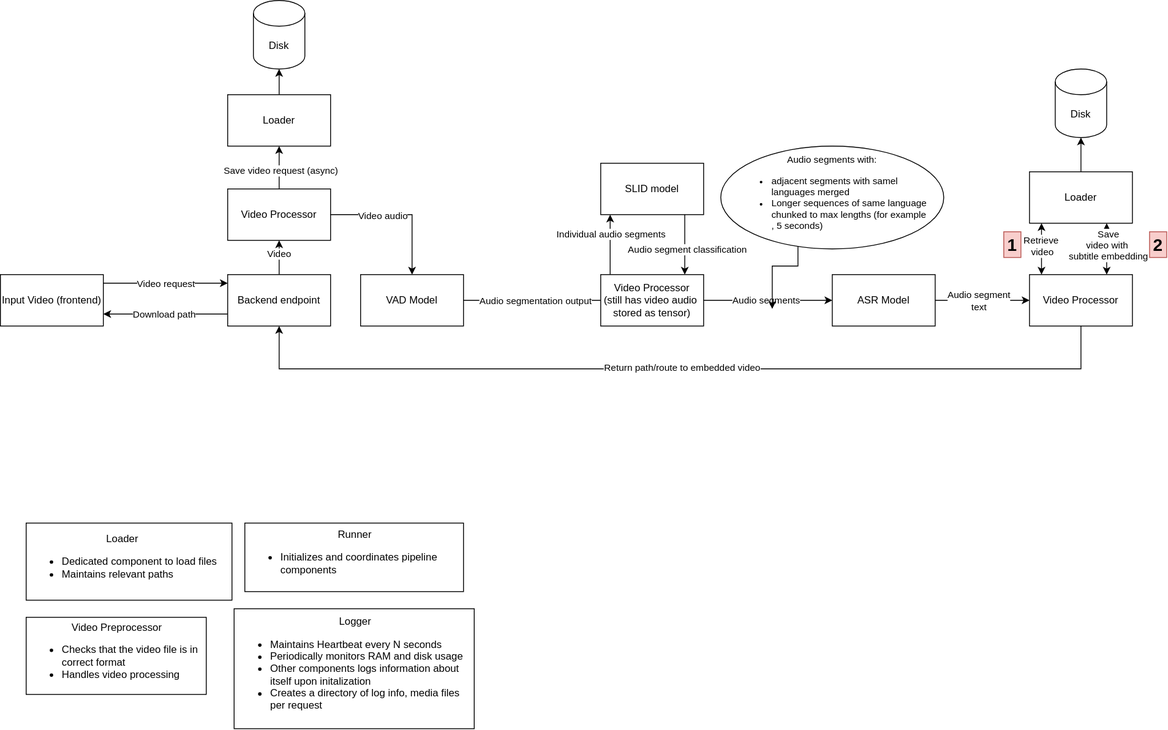
SuperWinterMopper/multilingual-auto-caption keeps this draw.io diagram as design/backend_pipeline.drawio.svg. Above is the earlier version. Source tidied: cells renumbered, new cells last; positions are measured from the earlier drawing's top-left corner, leaving out a move shared by most shapes.
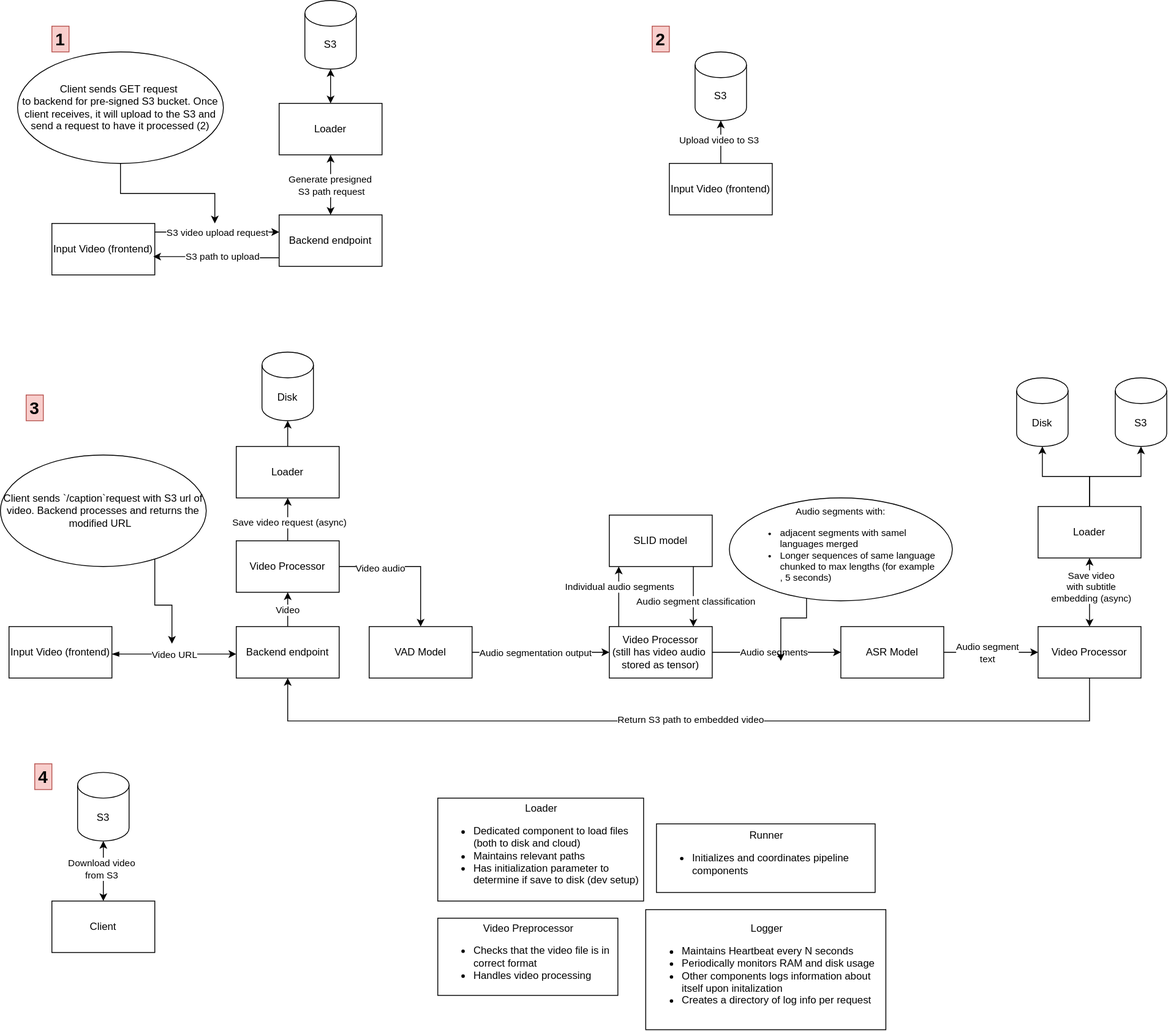
Later version of the same file.

Commit message:
backend planning and strucutre

The edit, as a diff of the source:
```diff
@@ -2,14 +2,14 @@
   <root>
     <mxCell id="0" />
     <mxCell id="1" parent="0" />
-    <mxCell id="2" value="&lt;div style=&quot;text-align: center;&quot;&gt;&lt;span style=&quot;background-color: transparent; color: light-dark(rgb(0, 0, 0), rgb(255, 255, 255));&quot;&gt;Logger&lt;/span&gt;&lt;/div&gt;&lt;div&gt;&lt;ul&gt;&lt;li&gt;Maintains Heartbeat every N seconds&lt;/li&gt;&lt;li&gt;Periodically monitors RAM and disk usage&lt;/li&gt;&lt;li&gt;Other components logs information about itself upon initalization&lt;/li&gt;&lt;li&gt;Creates a directory of log info, media files per request&lt;/li&gt;&lt;/ul&gt;&lt;/div&gt;" style="rounded=0;whiteSpace=wrap;html=1;align=left;" parent="1" vertex="1">
-      <mxGeometry x="272.5" y="710" width="280" height="140" as="geometry" />
+    <mxCell id="2" value="&lt;div style=&quot;text-align: center;&quot;&gt;&lt;span style=&quot;background-color: transparent; color: light-dark(rgb(0, 0, 0), rgb(255, 255, 255));&quot;&gt;Logger&lt;/span&gt;&lt;/div&gt;&lt;div&gt;&lt;ul&gt;&lt;li&gt;Maintains Heartbeat every N seconds&lt;/li&gt;&lt;li&gt;Periodically monitors RAM and disk usage&lt;/li&gt;&lt;li&gt;Other components logs information about itself upon initalization&lt;/li&gt;&lt;li&gt;Creates a directory of log info per request&lt;/li&gt;&lt;/ul&gt;&lt;/div&gt;" style="rounded=0;whiteSpace=wrap;html=1;align=left;" parent="1" vertex="1">
+      <mxGeometry x="742.5" y="650" width="280" height="140" as="geometry" />
     </mxCell>
-    <mxCell id="3" value="&lt;div style=&quot;text-align: center;&quot;&gt;&lt;span style=&quot;background-color: transparent; color: light-dark(rgb(0, 0, 0), rgb(255, 255, 255));&quot;&gt;Loader&lt;/span&gt;&lt;/div&gt;&lt;div&gt;&lt;ul&gt;&lt;li&gt;Dedicated component to load files&lt;/li&gt;&lt;li&gt;Maintains relevant paths&lt;/li&gt;&lt;/ul&gt;&lt;/div&gt;" style="rounded=0;whiteSpace=wrap;html=1;align=left;" parent="1" vertex="1">
-      <mxGeometry x="30" y="610" width="240" height="90" as="geometry" />
+    <mxCell id="3" value="&lt;div style=&quot;text-align: center;&quot;&gt;&lt;span style=&quot;background-color: transparent; color: light-dark(rgb(0, 0, 0), rgb(255, 255, 255));&quot;&gt;Loader&lt;/span&gt;&lt;/div&gt;&lt;div&gt;&lt;ul&gt;&lt;li&gt;Dedicated component to load files (both to disk and cloud)&lt;/li&gt;&lt;li&gt;Maintains relevant paths&lt;/li&gt;&lt;li&gt;Has initialization parameter to determine if save to disk (dev setup)&lt;/li&gt;&lt;/ul&gt;&lt;/div&gt;" style="rounded=0;whiteSpace=wrap;html=1;align=left;" parent="1" vertex="1">
+      <mxGeometry x="500" y="520" width="240" height="120" as="geometry" />
     </mxCell>
     <mxCell id="4" value="&lt;div style=&quot;text-align: center;&quot;&gt;&lt;span style=&quot;background-color: transparent; color: light-dark(rgb(0, 0, 0), rgb(255, 255, 255));&quot;&gt;Video Preprocessor&lt;/span&gt;&lt;/div&gt;&lt;div&gt;&lt;ul&gt;&lt;li&gt;Checks that the video file is in correct format&lt;/li&gt;&lt;li&gt;Handles video processing&lt;/li&gt;&lt;/ul&gt;&lt;/div&gt;" style="rounded=0;whiteSpace=wrap;html=1;align=left;" parent="1" vertex="1">
-      <mxGeometry x="30" y="720" width="210" height="90" as="geometry" />
+      <mxGeometry x="500" y="660" width="210" height="90" as="geometry" />
     </mxCell>
     <mxCell id="5" style="edgeStyle=orthogonalEdgeStyle;rounded=0;orthogonalLoop=1;jettySize=auto;html=1;" parent="1" edge="1">
       <mxGeometry relative="1" as="geometry">
@@ -23,35 +23,30 @@
     <mxCell id="7" value="SLID model" style="rounded=0;whiteSpace=wrap;html=1;" parent="1" vertex="1">
       <mxGeometry x="700" y="190" width="120" height="60" as="geometry" />
     </mxCell>
+    <mxCell id="10" value="Input Video (frontend)" style="rounded=0;whiteSpace=wrap;html=1;" parent="1" vertex="1">
+      <mxGeometry y="320" width="120" height="60" as="geometry" />
+    </mxCell>
-    <mxCell id="8" style="edgeStyle=orthogonalEdgeStyle;rounded=0;jettySize=auto;html=1;" parent="1" edge="1" source="10" target="15">
+    <mxCell id="8" style="edgeStyle=orthogonalEdgeStyle;rounded=0;orthogonalLoop=1;jettySize=auto;html=1;strokeColor=default;orthogonal=1;startArrow=blockThin;startFill=1;" parent="1" edge="1">
       <mxGeometry relative="1" as="geometry">
+        <mxPoint x="120" y="352" as="sourcePoint" />
+        <mxPoint x="265" y="352" as="targetPoint" />
         <Array as="points">
-          <mxPoint x="190" y="330" />
-          <mxPoint x="190" y="330" />
+          <mxPoint x="190" y="352" />
+          <mxPoint x="190" y="352" />
         </Array>
       </mxGeometry>
     </mxCell>
-    <mxCell id="9" value="Video request" style="edgeLabel;html=1;align=center;verticalAlign=middle;" parent="8" vertex="1">
+    <mxCell id="9" value="Video URL" style="edgeLabel;html=1;align=center;verticalAlign=middle;" parent="8" vertex="1">
       <mxGeometry relative="1" as="geometry" />
     </mxCell>
-    <mxCell id="10" value="Input Video (frontend)" style="rounded=0;whiteSpace=wrap;html=1;" parent="1" vertex="1">
-      <mxGeometry y="320" width="120" height="60" as="geometry" />
-    </mxCell>
     <mxCell id="11" style="edgeStyle=orthogonalEdgeStyle;rounded=0;jettySize=auto;html=1;" parent="1" edge="1" source="15" target="20">
       <mxGeometry relative="1" as="geometry" />
     </mxCell>
     <mxCell id="12" value="Video" style="edgeLabel;html=1;align=center;verticalAlign=middle;" parent="11" vertex="1">
-      <mxGeometry x="0.23" y="1" relative="1" as="geometry" />
+      <mxGeometry x="0.23" y="1" relative="1" as="geometry">
+        <mxPoint y="5" as="offset" />
+      </mxGeometry>
     </mxCell>
-    <mxCell id="13" style="edgeStyle=orthogonalEdgeStyle;rounded=0;orthogonalLoop=1;jettySize=auto;html=1;entryX=1;entryY=0.5;entryDx=0;entryDy=0;" parent="1" edge="1">
-      <mxGeometry relative="1" as="geometry">
-        <mxPoint x="265" y="366" as="sourcePoint" />
-        <mxPoint x="120" y="366" as="targetPoint" />
-      </mxGeometry>
-    </mxCell>
-    <mxCell id="14" value="Download path" style="edgeLabel;html=1;align=center;verticalAlign=middle;" parent="13" vertex="1">
-      <mxGeometry x="0.03" relative="1" as="geometry" />
-    </mxCell>
     <mxCell id="15" value="Backend endpoint" style="rounded=0;whiteSpace=wrap;html=1;" parent="1" vertex="1">
       <mxGeometry x="265" y="320" width="120" height="60" as="geometry" />
     </mxCell>
@@ -60,7 +55,7 @@
     </mxCell>
     <mxCell id="17" value="Video audio" style="edgeLabel;html=1;align=center;verticalAlign=middle;" parent="16" vertex="1">
       <mxGeometry x="-0.28" y="-3" relative="1" as="geometry">
-        <mxPoint y="-2" as="offset" />
+        <mxPoint x="-13" y="-2" as="offset" />
       </mxGeometry>
     </mxCell>
     <mxCell id="18" style="edgeStyle=orthogonalEdgeStyle;rounded=0;jettySize=auto;html=1;entryX=0.5;entryY=1;entryDx=0;entryDy=0;" parent="1" edge="1" source="20" target="24">
@@ -74,17 +69,17 @@
     <mxCell id="20" value="Video Processor" style="rounded=0;whiteSpace=wrap;html=1;" parent="1" vertex="1">
       <mxGeometry x="265" y="220" width="120" height="60" as="geometry" />
     </mxCell>
-    <mxCell id="21" style="edgeStyle=orthogonalEdgeStyle;rounded=0;jettySize=auto;html=1;entryX=0.5;entryY=1;entryDx=0;entryDy=0;" parent="1" edge="1" source="23" target="29">
+    <mxCell id="21" style="edgeStyle=orthogonalEdgeStyle;rounded=0;jettySize=auto;html=1;entryX=0;entryY=0.5;entryDx=0;entryDy=0;" parent="1" edge="1" source="23" target="29">
       <mxGeometry relative="1" as="geometry">
         <Array as="points">
-          <mxPoint x="740" y="350" />
-          <mxPoint x="740" y="370" />
+          <mxPoint x="680" y="350" />
+          <mxPoint x="680" y="350" />
         </Array>
       </mxGeometry>
     </mxCell>
     <mxCell id="22" value="Audio segmentation output" style="edgeLabel;html=1;align=center;verticalAlign=middle;" parent="21" vertex="1">
       <mxGeometry x="-0.11" y="-1" relative="1" as="geometry">
-        <mxPoint x="-28" y="-1" as="offset" />
+        <mxPoint x="2" y="-1" as="offset" />
       </mxGeometry>
     </mxCell>
     <mxCell id="23" value="VAD Model" style="rounded=0;whiteSpace=wrap;html=1;" parent="1" vertex="1">
@@ -132,7 +127,7 @@
         </Array>
       </mxGeometry>
     </mxCell>
-    <mxCell id="34" value="Return path/route to embedded video" style="edgeLabel;html=1;align=center;verticalAlign=middle;" parent="33" vertex="1">
+    <mxCell id="34" value="Return S3 path to embedded video" style="edgeLabel;html=1;align=center;verticalAlign=middle;" parent="33" vertex="1">
       <mxGeometry y="-2" relative="1" as="geometry">
         <mxPoint x="-1" as="offset" />
       </mxGeometry>
@@ -153,10 +148,10 @@
       <mxGeometry x="840" y="170" width="260" height="120" as="geometry" />
     </mxCell>
     <mxCell id="38" value="Loader" style="rounded=0;whiteSpace=wrap;html=1;" parent="1" vertex="1">
-      <mxGeometry x="1200" y="200" width="120" height="60" as="geometry" />
+      <mxGeometry x="1200" y="180" width="120" height="60" as="geometry" />
     </mxCell>
     <mxCell id="39" value="Disk" style="shape=cylinder3;whiteSpace=wrap;html=1;boundedLbl=1;backgroundOutline=1;size=15;" parent="1" vertex="1">
-      <mxGeometry x="1230" y="80" width="60" height="80" as="geometry" />
+      <mxGeometry x="1175" y="30" width="60" height="80" as="geometry" />
     </mxCell>
     <mxCell id="40" style="edgeStyle=orthogonalEdgeStyle;rounded=0;jettySize=auto;html=1;entryX=0.5;entryY=1;entryDx=0;entryDy=0;entryPerimeter=0;" parent="1" edge="1" source="38" target="39">
       <mxGeometry relative="1" as="geometry" />
@@ -167,29 +162,125 @@
     <mxCell id="42" style="edgeStyle=orthogonalEdgeStyle;rounded=0;jettySize=auto;html=1;entryX=0.5;entryY=1;entryDx=0;entryDy=0;entryPerimeter=0;" parent="1" edge="1" source="24" target="41">
       <mxGeometry relative="1" as="geometry" />
     </mxCell>
-    <mxCell id="43" value="&lt;b&gt;&lt;font style=&quot;font-size: 20px;&quot;&gt;1&lt;/font&gt;&lt;/b&gt;" style="text;html=1;whiteSpace=wrap;strokeColor=#b85450;fillColor=#f8cecc;align=center;verticalAlign=middle;rounded=0;" parent="1" vertex="1">
-      <mxGeometry x="1170" y="270" width="20" height="30" as="geometry" />
-    </mxCell>
-    <mxCell id="44" style="endArrow=classic;startArrow=classic;html=1;rounded=0;entryX=0.25;entryY=1;entryDx=0;entryDy=0;exitX=0.25;exitY=0;exitDx=0;exitDy=0;" parent="1" edge="1">
-      <mxGeometry relative="1" as="geometry">
-        <mxPoint x="1214" y="320" as="sourcePoint" />
-        <mxPoint x="1214" y="260" as="targetPoint" />
-      </mxGeometry>
-    </mxCell>
-    <mxCell id="45" value="Retrieve&amp;nbsp;&lt;div&gt;video&lt;/div&gt;" style="edgeLabel;html=1;align=center;verticalAlign=middle;" parent="44" vertex="1">
-      <mxGeometry x="0.1" relative="1" as="geometry" />
-    </mxCell>
-    <mxCell id="46" style="endArrow=classic;startArrow=classic;html=1;rounded=0;entryX=0.75;entryY=1;entryDx=0;entryDy=0;exitX=0.75;exitY=0;exitDx=0;exitDy=0;" parent="1" edge="1" source="35" target="38">
-      <mxGeometry relative="1" as="geometry" />
+    <mxCell id="46" style="endArrow=classic;startArrow=classic;html=1;rounded=0;entryX=0.5;entryY=1;entryDx=0;entryDy=0;exitX=0.75;exitY=0;exitDx=0;exitDy=0;" parent="1" edge="1" target="38">
+      <mxGeometry relative="1" as="geometry">
+        <mxPoint x="1260" y="320" as="sourcePoint" />
+      </mxGeometry>
     </mxCell>
-    <mxCell id="47" value="Save&lt;div&gt;video with&amp;nbsp;&lt;/div&gt;&lt;div&gt;subtitle embedding&lt;/div&gt;" style="edgeLabel;html=1;align=center;verticalAlign=middle;" parent="46" vertex="1">
+    <mxCell id="47" value="Save&amp;nbsp;&lt;span style=&quot;background-color: light-dark(#ffffff, var(--ge-dark-color, #121212)); color: light-dark(rgb(0, 0, 0), rgb(255, 255, 255));&quot;&gt;video &lt;br&gt;with&amp;nbsp;&lt;/span&gt;&lt;span style=&quot;color: light-dark(rgb(0, 0, 0), rgb(255, 255, 255)); background-color: light-dark(#ffffff, var(--ge-dark-color, #121212));&quot;&gt;subtitle &lt;br&gt;embedding (async)&lt;/span&gt;" style="edgeLabel;html=1;align=center;verticalAlign=middle;" parent="46" vertex="1">
       <mxGeometry x="0.15" y="-1" relative="1" as="geometry" />
     </mxCell>
+    <mxCell id="49" value="&lt;div style=&quot;text-align: center;&quot;&gt;&lt;span style=&quot;background-color: transparent; color: light-dark(rgb(0, 0, 0), rgb(255, 255, 255));&quot;&gt;Runner&lt;/span&gt;&lt;/div&gt;&lt;div&gt;&lt;ul&gt;&lt;li&gt;Initializes and coordinates pipeline components&lt;/li&gt;&lt;/ul&gt;&lt;/div&gt;" style="rounded=0;whiteSpace=wrap;html=1;align=left;" parent="1" vertex="1">
+      <mxGeometry x="755" y="550" width="255" height="80" as="geometry" />
+    </mxCell>
+    <mxCell id="50" style="edgeStyle=orthogonalEdgeStyle;rounded=0;jettySize=auto;html=1;" parent="1" edge="1" source="51">
+      <mxGeometry relative="1" as="geometry">
+        <mxPoint x="190" y="340" as="targetPoint" />
+        <Array as="points">
+          <mxPoint x="170" y="295" />
+          <mxPoint x="190" y="295" />
+        </Array>
+      </mxGeometry>
+    </mxCell>
+    <mxCell id="51" value="Client sends `/caption`request with S3 url of video. Backend processes and returns the modified URL&amp;nbsp;&amp;nbsp;" style="ellipse;whiteSpace=wrap;html=1;" parent="1" vertex="1">
+      <mxGeometry x="-10" y="120" width="240" height="130" as="geometry" />
+    </mxCell>
+    <mxCell id="52" value="S3" style="shape=cylinder3;whiteSpace=wrap;html=1;boundedLbl=1;backgroundOutline=1;size=15;" parent="1" vertex="1">
+      <mxGeometry x="1290" y="30" width="60" height="80" as="geometry" />
+    </mxCell>
+    <mxCell id="53" style="edgeStyle=orthogonalEdgeStyle;rounded=0;jettySize=auto;html=1;entryX=0.5;entryY=1;entryDx=0;entryDy=0;entryPerimeter=0;" parent="1" edge="1" source="38" target="52">
+      <mxGeometry relative="1" as="geometry" />
+    </mxCell>
+    <mxCell id="54" value="Input Video (frontend)" style="rounded=0;whiteSpace=wrap;html=1;" parent="1" vertex="1">
+      <mxGeometry x="50" y="-150" width="120" height="60" as="geometry" />
+    </mxCell>
+    <mxCell id="55" style="edgeStyle=orthogonalEdgeStyle;rounded=0;jettySize=auto;html=1;startArrow=classic;startFill=1;" parent="1" edge="1" source="57" target="62">
+      <mxGeometry relative="1" as="geometry" />
+    </mxCell>
+    <mxCell id="56" value="Generate presigned&amp;nbsp;&lt;br&gt;S3 path request" style="edgeLabel;html=1;align=center;verticalAlign=middle;" parent="55" vertex="1">
+      <mxGeometry x="-0.18" y="1" relative="1" as="geometry">
+        <mxPoint x="1" y="-6" as="offset" />
+      </mxGeometry>
+    </mxCell>
+    <mxCell id="57" value="Backend endpoint" style="rounded=0;whiteSpace=wrap;html=1;" parent="1" vertex="1">
+      <mxGeometry x="315" y="-160" width="120" height="60" as="geometry" />
+    </mxCell>
+    <mxCell id="58" style="edgeStyle=orthogonalEdgeStyle;rounded=0;orthogonalLoop=1;jettySize=auto;html=1;strokeColor=default;orthogonal=1;startArrow=none;startFill=0;" parent="1" edge="1">
+      <mxGeometry relative="1" as="geometry">
+        <mxPoint x="170" y="-140" as="sourcePoint" />
+        <mxPoint x="315" y="-140" as="targetPoint" />
+        <Array as="points">
+          <mxPoint x="240" y="-140" />
+          <mxPoint x="240" y="-140" />
+        </Array>
+      </mxGeometry>
+    </mxCell>
+    <mxCell id="59" value="S3 video upload request" style="edgeLabel;html=1;align=center;verticalAlign=middle;" parent="58" vertex="1">
+      <mxGeometry relative="1" as="geometry" />
+    </mxCell>
+    <mxCell id="60" style="edgeStyle=orthogonalEdgeStyle;rounded=0;jettySize=auto;html=1;" parent="1" edge="1" source="61">
+      <mxGeometry relative="1" as="geometry">
+        <mxPoint x="240" y="-150" as="targetPoint" />
+      </mxGeometry>
+    </mxCell>
+    <mxCell id="61" value="Client sends GET request&amp;nbsp;&lt;div&gt;to backend for pre-signed S3 bucket. Once client receives, it will upload to the S3 and send a request to have it processed (2)&lt;/div&gt;" style="ellipse;whiteSpace=wrap;html=1;" parent="1" vertex="1">
+      <mxGeometry x="10" y="-350" width="240" height="130" as="geometry" />
+    </mxCell>
+    <mxCell id="43" value="&lt;b&gt;&lt;font style=&quot;font-size: 20px;&quot;&gt;1&lt;/font&gt;&lt;/b&gt;" style="text;html=1;whiteSpace=wrap;strokeColor=#b85450;fillColor=#f8cecc;align=center;verticalAlign=middle;rounded=0;" parent="1" vertex="1">
+      <mxGeometry x="50" y="-380" width="20" height="30" as="geometry" />
+    </mxCell>
+    <mxCell id="62" value="Loader" style="rounded=0;whiteSpace=wrap;html=1;" parent="1" vertex="1">
+      <mxGeometry x="315" y="-290" width="120" height="60" as="geometry" />
+    </mxCell>
+    <mxCell id="63" value="S3" style="shape=cylinder3;whiteSpace=wrap;html=1;boundedLbl=1;backgroundOutline=1;size=15;" parent="1" vertex="1">
+      <mxGeometry x="345" y="-410" width="60" height="80" as="geometry" />
+    </mxCell>
+    <mxCell id="64" style="edgeStyle=orthogonalEdgeStyle;rounded=0;jettySize=auto;html=1;entryX=0.5;entryY=1;entryDx=0;entryDy=0;entryPerimeter=0;startArrow=classic;startFill=1;" parent="1" edge="1" source="62" target="63">
+      <mxGeometry relative="1" as="geometry" />
+    </mxCell>
+    <mxCell id="65" style="edgeStyle=orthogonalEdgeStyle;rounded=0;jettySize=auto;html=1;entryX=0.985;entryY=0.644;entryDx=0;entryDy=0;entryPerimeter=0;" parent="1" edge="1" source="57" target="54">
+      <mxGeometry relative="1" as="geometry">
+        <Array as="points">
+          <mxPoint x="243" y="-110" />
+          <mxPoint x="243" y="-111" />
+        </Array>
+      </mxGeometry>
+    </mxCell>
+    <mxCell id="66" value="S3 path to upload" style="edgeLabel;html=1;align=center;verticalAlign=middle;" parent="65" vertex="1">
+      <mxGeometry x="-0.1" y="-2" relative="1" as="geometry" />
+    </mxCell>
+    <mxCell id="67" value="Input Video (frontend)" style="rounded=0;whiteSpace=wrap;html=1;" parent="1" vertex="1">
+      <mxGeometry x="770" y="-220" width="120" height="60" as="geometry" />
+    </mxCell>
     <mxCell id="48" value="&lt;b&gt;&lt;font style=&quot;font-size: 20px;&quot;&gt;2&lt;/font&gt;&lt;/b&gt;" style="text;html=1;whiteSpace=wrap;strokeColor=#b85450;fillColor=#f8cecc;align=center;verticalAlign=middle;rounded=0;" parent="1" vertex="1">
-      <mxGeometry x="1340" y="270" width="20" height="30" as="geometry" />
+      <mxGeometry x="750" y="-380" width="20" height="30" as="geometry" />
     </mxCell>
-    <mxCell id="49" value="&lt;div style=&quot;text-align: center;&quot;&gt;&lt;span style=&quot;background-color: transparent; color: light-dark(rgb(0, 0, 0), rgb(255, 255, 255));&quot;&gt;Runner&lt;/span&gt;&lt;/div&gt;&lt;div&gt;&lt;ul&gt;&lt;li&gt;Initializes and coordinates pipeline components&lt;/li&gt;&lt;/ul&gt;&lt;/div&gt;" style="rounded=0;whiteSpace=wrap;html=1;align=left;" parent="1" vertex="1">
-      <mxGeometry x="285" y="610" width="255" height="80" as="geometry" />
-    </mxCell>
+    <mxCell id="68" value="S3" style="shape=cylinder3;whiteSpace=wrap;html=1;boundedLbl=1;backgroundOutline=1;size=15;" parent="1" vertex="1">
+      <mxGeometry x="800" y="-350" width="60" height="80" as="geometry" />
+    </mxCell>
+    <mxCell id="69" style="edgeStyle=orthogonalEdgeStyle;rounded=0;jettySize=auto;html=1;entryX=0.5;entryY=1;entryDx=0;entryDy=0;entryPerimeter=0;" parent="1" edge="1" source="67" target="68">
+      <mxGeometry relative="1" as="geometry" />
+    </mxCell>
+    <mxCell id="70" value="Upload video to S3" style="edgeLabel;html=1;align=center;verticalAlign=middle;" parent="69" vertex="1">
+      <mxGeometry x="0.08" y="3" relative="1" as="geometry" />
+    </mxCell>
+    <mxCell id="71" value="&lt;b&gt;&lt;font style=&quot;font-size: 20px;&quot;&gt;3&lt;/font&gt;&lt;/b&gt;" style="text;html=1;whiteSpace=wrap;strokeColor=#b85450;fillColor=#f8cecc;align=center;verticalAlign=middle;rounded=0;" parent="1" vertex="1">
+      <mxGeometry x="20" y="50" width="20" height="30" as="geometry" />
+    </mxCell>
+    <mxCell id="72" value="Client" style="rounded=0;whiteSpace=wrap;html=1;" parent="1" vertex="1">
+      <mxGeometry x="50" y="640" width="120" height="60" as="geometry" />
+    </mxCell>
+    <mxCell id="73" value="&lt;b&gt;&lt;font style=&quot;font-size: 20px;&quot;&gt;4&lt;/font&gt;&lt;/b&gt;" style="text;html=1;whiteSpace=wrap;strokeColor=#b85450;fillColor=#f8cecc;align=center;verticalAlign=middle;rounded=0;" parent="1" vertex="1">
+      <mxGeometry x="30" y="480" width="20" height="30" as="geometry" />
+    </mxCell>
+    <mxCell id="74" value="S3" style="shape=cylinder3;whiteSpace=wrap;html=1;boundedLbl=1;backgroundOutline=1;size=15;" parent="1" vertex="1">
+      <mxGeometry x="80" y="490" width="60" height="80" as="geometry" />
+    </mxCell>
+    <mxCell id="75" style="edgeStyle=orthogonalEdgeStyle;rounded=0;jettySize=auto;html=1;entryX=0.5;entryY=1;entryDx=0;entryDy=0;entryPerimeter=0;startArrow=classic;startFill=1;" parent="1" edge="1" source="72" target="74">
+      <mxGeometry relative="1" as="geometry" />
+    </mxCell>
+    <mxCell id="76" value="Download video&lt;br&gt;from S3" style="edgeLabel;html=1;align=center;verticalAlign=middle;" parent="75" vertex="1">
+      <mxGeometry x="0.08" y="3" relative="1" as="geometry" />
+    </mxCell>
   </root>
 </mxGraphModel>
```
